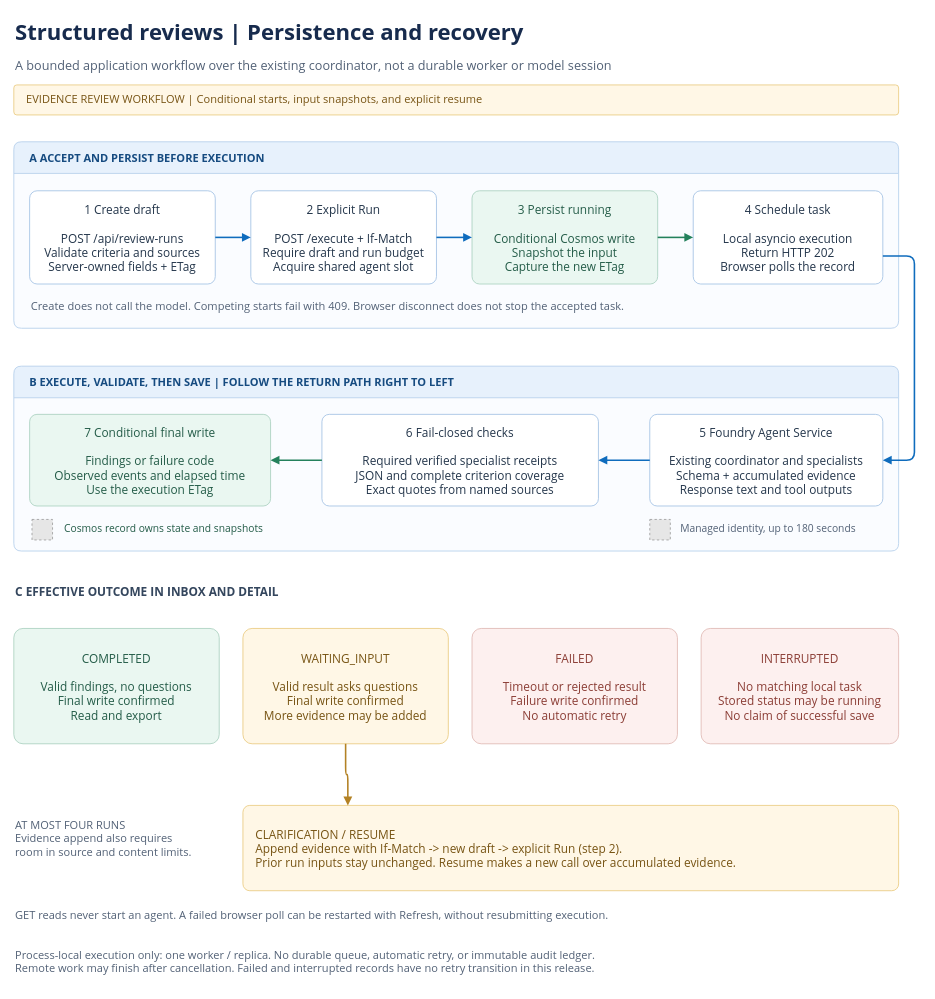
Earlier version of the draw.io diagram docs/images/review-lifecycle.drawio (michael-rechani/foundry-agent-accelerator). Source tidied: cells renumbered, new cells numbered last; positions are measured from the earlier drawing's top-left corner, leaving out a move shared by most shapes. Both pictures are drawn from the tidied source at 79%, with x=0, y=0 at pixel (13, 13). Pictures stored in the file or linked from it are replaced by grey dashed boxes.
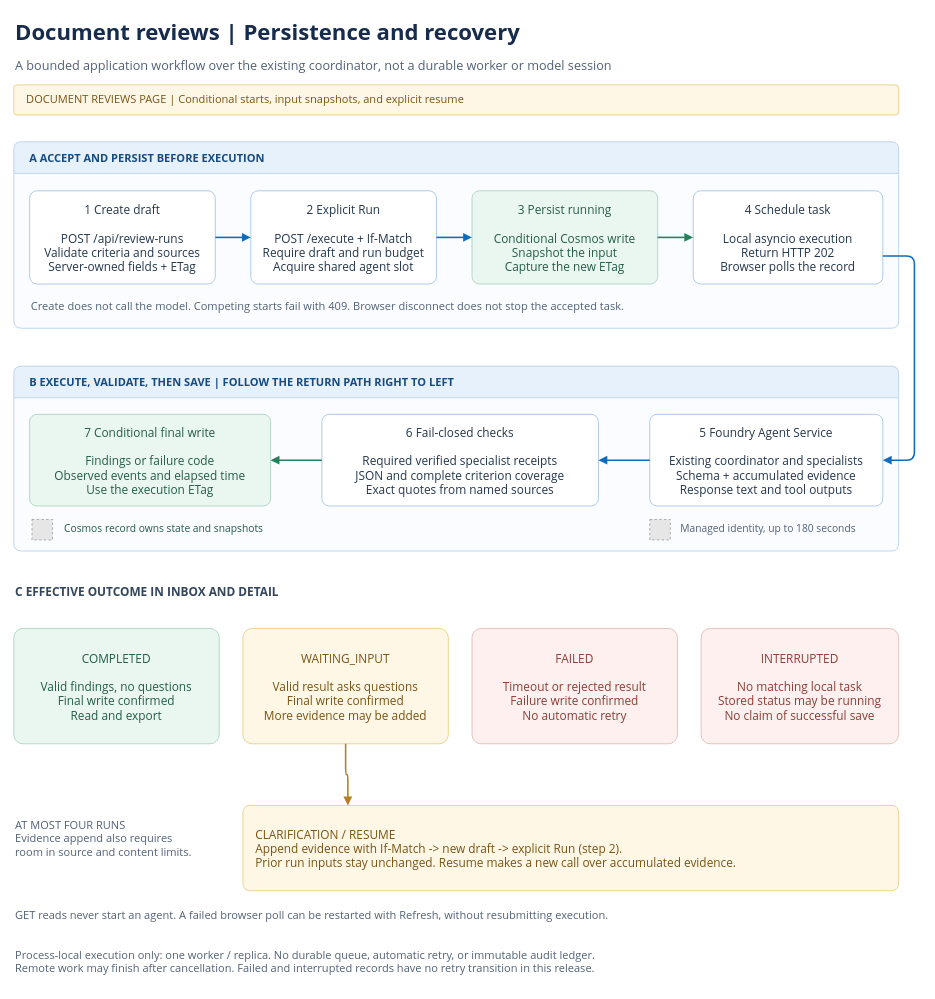
The same page after the edit.

What changed in the source:
```diff
@@
-    <mxCell id="2" value="Structured reviews | Persistence and recovery" style="text;html=0;align=left;fontFamily=Segoe UI;fontSize=28;fontStyle=1;fontColor=#172B4D;" parent="1" vertex="1">
+    <mxCell id="2" value="Document reviews | Persistence and recovery" style="text;html=0;align=left;fontFamily=Segoe UI;fontSize=28;fontStyle=1;fontColor=#172B4D;" parent="1" vertex="1">
       <mxGeometry width="1120" height="44" as="geometry" />
     </mxCell>
@@
-    <mxCell id="4" value="EVIDENCE REVIEW WORKFLOW  |  Conditional starts, input snapshots, and explicit resume" style="rounded=1;arcSize=10;whiteSpace=wrap;html=0;align=left;spacingLeft=14;fillColor=#FFF7E6;strokeColor=#E8C779;fontFamily=Segoe UI;fontSize=14;fontColor=#775414;" parent="1" vertex="1">
+    <mxCell id="4" value="DOCUMENT REVIEWS PAGE  |  Conditional starts, input snapshots, and explicit resume" style="rounded=1;arcSize=10;whiteSpace=wrap;html=0;align=left;spacingLeft=14;fillColor=#FFF7E6;strokeColor=#E8C779;fontFamily=Segoe UI;fontSize=14;fontColor=#775414;" parent="1" vertex="1">
       <mxGeometry y="90" width="1120" height="38" as="geometry" />
     </mxCell>
```
